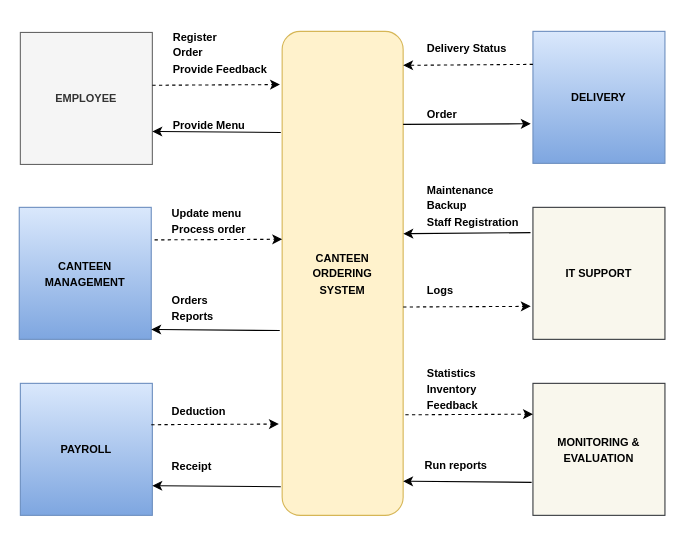
The draw.io diagram page "Context Diagram" (3 of 5) of canteen_management.drawio in ysebega/ysebega, before the edit. Source tidied: cells renumbered, new cells numbered last; positions are measured from the earlier drawing's top-left corner, leaving out a move shared by most shapes. Both pictures are drawn from the tidied source at 110%, with x=0, y=0 at pixel (19, 19).
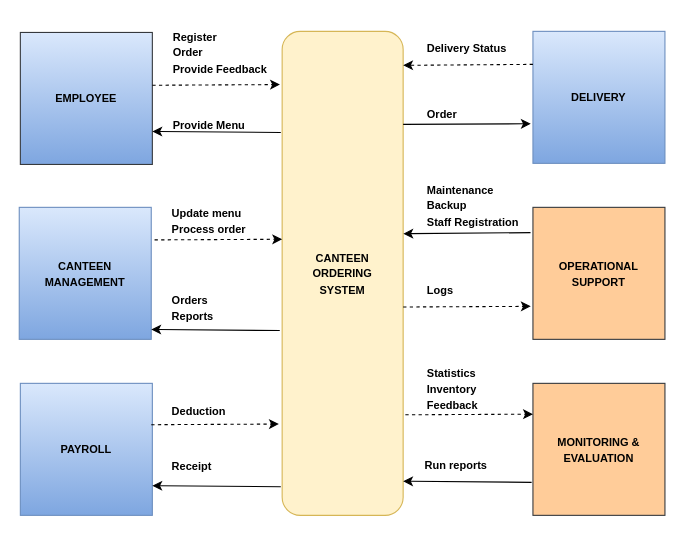
The same diagram, later.

What changed in the source:
```diff
@@
-    <mxCell id="2" value="&lt;b&gt;&lt;font style=&quot;font-size: 10px;&quot;&gt;EMPLOYEE&lt;/font&gt;&lt;/b&gt;" style="whiteSpace=wrap;html=1;fillColor=#f5f5f5;fontColor=#333333;strokeColor=#666666;" parent="1" vertex="1">
+    <mxCell id="2" value="&lt;b&gt;&lt;font style=&quot;font-size: 10px;&quot;&gt;EMPLOYEE&lt;/font&gt;&lt;/b&gt;" style="whiteSpace=wrap;html=1;fillColor=#DAE8FC;strokeColor=#36393d;gradientColor=#7EA6E0;" parent="1" vertex="1">
       <mxGeometry x="1" y="12" width="120" height="120" as="geometry" />
     </mxCell>
@@
-    <mxCell id="9" value="&lt;b&gt;&lt;font style=&quot;font-size: 10px;&quot;&gt;IT SUPPORT&lt;/font&gt;&lt;/b&gt;" style="whiteSpace=wrap;html=1;fillColor=#f9f7ed;strokeColor=#36393d;" parent="1" vertex="1">
+    <mxCell id="9" value="&lt;b&gt;&lt;font style=&quot;font-size: 10px;&quot;&gt;OPERATIONAL SUPPORT&lt;/font&gt;&lt;/b&gt;" style="whiteSpace=wrap;html=1;fillColor=#ffcc99;strokeColor=#36393d;" parent="1" vertex="1">
       <mxGeometry x="467" y="171" width="120" height="120" as="geometry" />
     </mxCell>
@@
-    <mxCell id="28" value="&lt;b&gt;&lt;font style=&quot;font-size: 10px;&quot;&gt;MONITORING &amp;amp; EVALUATION&lt;/font&gt;&lt;/b&gt;" style="whiteSpace=wrap;html=1;fillColor=#f9f7ed;strokeColor=#36393d;" parent="1" vertex="1">
+    <mxCell id="28" value="&lt;b&gt;&lt;font style=&quot;font-size: 10px;&quot;&gt;MONITORING &amp;amp; EVALUATION&lt;/font&gt;&lt;/b&gt;" style="whiteSpace=wrap;html=1;fillColor=#ffcc99;strokeColor=#36393d;" parent="1" vertex="1">
       <mxGeometry x="467" y="331" width="120" height="120" as="geometry" />
     </mxCell>
```
